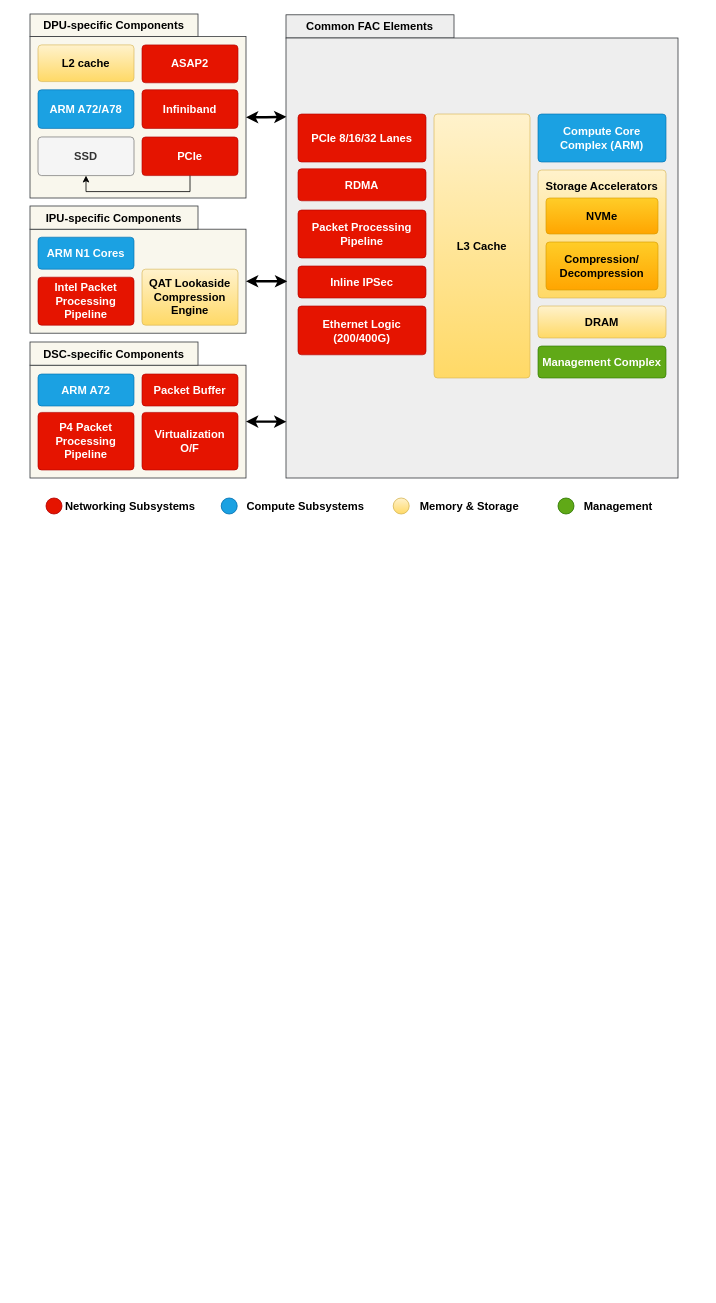
purduecyan/media keeps this draw.io diagram as FAC_Architectures.drawio. Above is the earlier version. Source tidied: cells renumbered, new cells numbered last; positions are measured from the earlier drawing's top-left corner, leaving out a move shared by most shapes. Both pictures are drawn from the tidied source at 80%, with x=0, y=0 at pixel (14, 14).
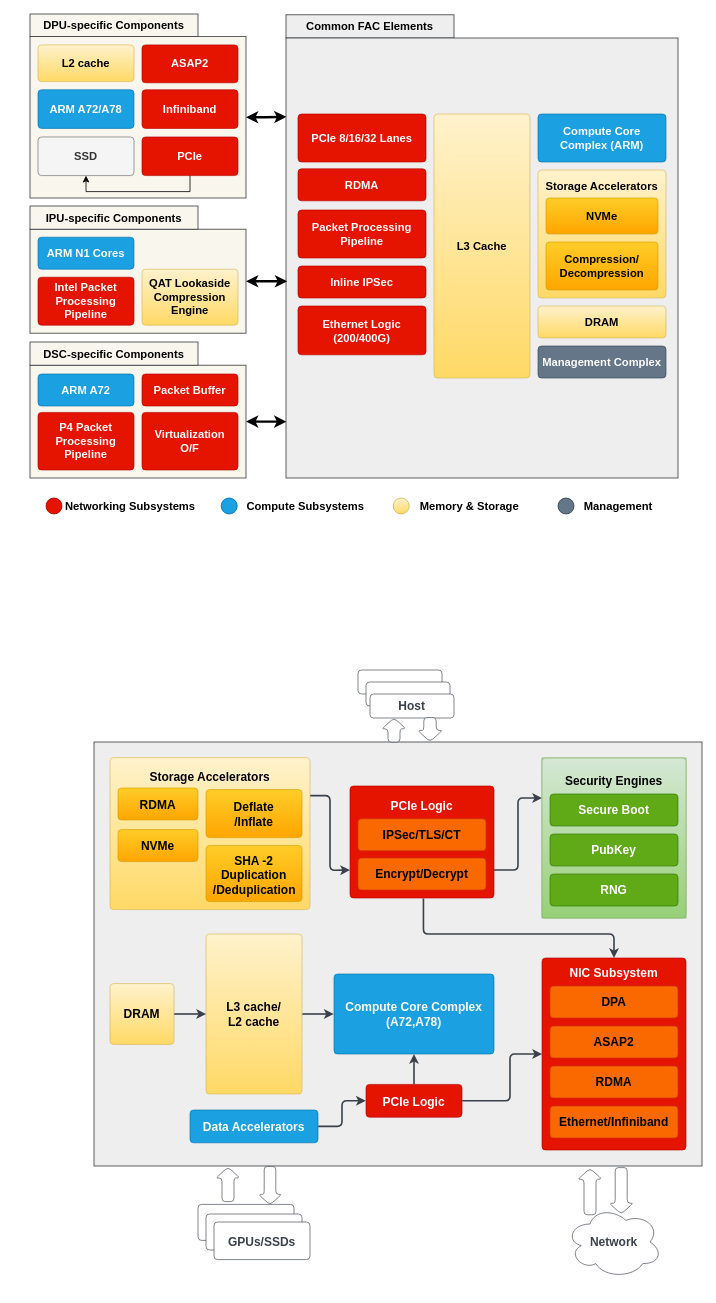
The same page after the edit.

Unchanged cells that the change refers to:
```xml
<mxCell id="30" style="group;" parent="29" vertex="1">
  <mxGeometry width="490" height="580" as="geometry" />
</mxCell>
<mxCell id="49" style="group;" parent="1" vertex="1">
  <mxGeometry x="680" y="600" width="130" height="30" as="geometry" />
</mxCell>
```

What changed in the source:
```diff
@@
+    <mxCell id="61" style="rounded=0;whiteSpace=wrap;html=1;fillColor=#eeeeee;strokeColor=#36393d;" parent="1" vertex="1">
+      <mxGeometry x="100" y="910" width="760" height="530" as="geometry" />
+    </mxCell>
@@
-    <mxCell id="45" value="Management Complex" style="html=1;overflow=block;blockSpacing=1;whiteSpace=wrap;fontSize=14;fontColor=#ffffff;spacing=3.8;strokeColor=#2D7600;strokeOpacity=100;fillOpacity=100;rounded=1;absoluteArcSize=1;arcSize=9;fillColor=#60a917;strokeWidth=0.8;lucidId=Fb7Kvabg3F.T;fontStyle=1;" parent="30" vertex="1">
+    <mxCell id="45" value="Management Complex" style="html=1;overflow=block;blockSpacing=1;whiteSpace=wrap;fontSize=14;fontColor=#ffffff;spacing=3.8;strokeColor=#314354;strokeOpacity=100;fillOpacity=100;rounded=1;absoluteArcSize=1;arcSize=9;fillColor=#647687;strokeWidth=0.8;lucidId=Fb7Kvabg3F.T;fontStyle=1;" parent="30" vertex="1">
       <mxGeometry x="315" y="415" width="160" height="40" as="geometry" />
     </mxCell>
@@
-    <mxCell id="50" style="ellipse;whiteSpace=wrap;html=1;fillColor=#60a917;strokeColor=#2D7600;fontColor=#ffffff;" parent="49" vertex="1">
+    <mxCell id="50" style="ellipse;whiteSpace=wrap;html=1;fillColor=#647687;strokeColor=#314354;fontColor=#ffffff;" parent="49" vertex="1">
       <mxGeometry y="5" width="20" height="20" as="geometry" />
     </mxCell>
@@
+    <mxCell id="62" style="html=1;overflow=block;blockSpacing=1;whiteSpace=wrap;fontSize=13;spacing=3.8;strokeColor=#3a414a;strokeOpacity=100;rounded=1;absoluteArcSize=1;arcSize=9;strokeWidth=0.8;lucidId=P-_KsS2N54pI;" parent="1" vertex="1">
+      <mxGeometry x="430" y="820" width="105" height="30" as="geometry" />
+    </mxCell>
+    <mxCell id="63" style="html=1;overflow=block;blockSpacing=1;whiteSpace=wrap;fontSize=13;spacing=3.8;strokeColor=#3a414a;strokeOpacity=100;rounded=1;absoluteArcSize=1;arcSize=9;strokeWidth=0.8;lucidId=P-_KrWLaEixj;" parent="1" vertex="1">
+      <mxGeometry x="440" y="835" width="105" height="30" as="geometry" />
+    </mxCell>
+    <mxCell id="64" value="Host" style="html=1;overflow=block;blockSpacing=1;whiteSpace=wrap;fontSize=15;fontColor=#3a414a;spacing=3.8;strokeColor=#3a414a;strokeOpacity=100;rounded=1;absoluteArcSize=1;arcSize=9;strokeWidth=0.8;lucidId=P-_KfFqmB5sf;fontStyle=1;" parent="1" vertex="1">
+      <mxGeometry x="445" y="850" width="105" height="30" as="geometry" />
+    </mxCell>
+    <mxCell id="65" value="PCIe Logic" style="html=1;overflow=block;blockSpacing=1;whiteSpace=wrap;fontSize=15;fontColor=#ffffff;spacing=3.8;strokeColor=#B20000;strokeOpacity=100;fillOpacity=100;rounded=1;absoluteArcSize=1;arcSize=9;fillColor=#e51400;strokeWidth=0.8;lucidId=P-_KMkgZAcw0;fontStyle=1;" parent="1" vertex="1">
+      <mxGeometry x="440" y="1338" width="120" height="41" as="geometry" />
+    </mxCell>
+    <mxCell id="66" value="Data Accelerators" style="html=1;overflow=block;blockSpacing=1;whiteSpace=wrap;fontSize=15;fontColor=#ffffff;spacing=3.8;strokeColor=#006EAF;strokeOpacity=100;fillOpacity=100;rounded=1;absoluteArcSize=1;arcSize=9;fillColor=#1ba1e2;strokeWidth=0.8;lucidId=P-_K0v7m6V0d;fontStyle=1;" parent="1" vertex="1">
+      <mxGeometry x="220" y="1370" width="160" height="41" as="geometry" />
+    </mxCell>
+    <mxCell id="67" value="Compute Core Complex (A72,A78)" style="html=1;overflow=block;blockSpacing=1;whiteSpace=wrap;fontSize=15;fontColor=#ffffff;spacing=3.8;strokeColor=#006EAF;strokeOpacity=100;fillOpacity=100;rounded=1;absoluteArcSize=1;arcSize=9;fillColor=#1ba1e2;strokeWidth=0.8;lucidId=P-_Ks_vSzv8~;fontStyle=1;" parent="1" vertex="1">
+      <mxGeometry x="400" y="1200" width="200" height="100" as="geometry" />
+    </mxCell>
+    <mxCell id="68" value="&lt;div&gt;L3 cache/&lt;/div&gt;&lt;div&gt;L2 cache&lt;/div&gt;" style="html=1;overflow=block;blockSpacing=1;whiteSpace=wrap;fontSize=15;spacing=3.8;strokeColor=#d6b656;strokeOpacity=100;fillOpacity=100;rounded=1;absoluteArcSize=1;arcSize=9;fillColor=#fff2cc;strokeWidth=0.8;lucidId=P-_KSZisIy0j;gradientColor=#ffd966;fontStyle=1;" parent="1" vertex="1">
+      <mxGeometry x="240" y="1150" width="120" height="200" as="geometry" />
+    </mxCell>
+    <mxCell id="69" value="DRAM" style="html=1;overflow=block;blockSpacing=1;whiteSpace=wrap;fontSize=15;spacing=9;strokeColor=#d6b656;strokeOpacity=100;fillOpacity=100;rounded=1;absoluteArcSize=1;arcSize=9;fillColor=#fff2cc;strokeWidth=0.8;lucidId=P-_K7prAyLl5;gradientColor=#ffd966;fontStyle=1;" parent="1" vertex="1">
+      <mxGeometry x="120" y="1212" width="80" height="76" as="geometry" />
+    </mxCell>
+    <mxCell id="70" style="html=1;overflow=block;blockSpacing=1;whiteSpace=wrap;fontSize=13;spacing=3.8;strokeColor=#3a414a;strokeOpacity=100;rounded=1;absoluteArcSize=1;arcSize=9;strokeWidth=0.8;lucidId=P-_KmJHQ12O0;" parent="1" vertex="1">
+      <mxGeometry x="230" y="1488" width="120" height="45" as="geometry" />
+    </mxCell>
+    <mxCell id="71" style="html=1;overflow=block;blockSpacing=1;whiteSpace=wrap;fontSize=13;spacing=3.8;strokeColor=#3a414a;strokeOpacity=100;rounded=1;absoluteArcSize=1;arcSize=9;strokeWidth=0.8;lucidId=P-_KVYm.6OXs;" parent="1" vertex="1">
+      <mxGeometry x="240" y="1500" width="120" height="45" as="geometry" />
+    </mxCell>
+    <mxCell id="72" value="GPUs/SSDs" style="html=1;overflow=block;blockSpacing=1;whiteSpace=wrap;fontSize=15;fontColor=#3a414a;spacing=3.8;strokeColor=#3a414a;strokeOpacity=100;rounded=1;absoluteArcSize=1;arcSize=9;strokeWidth=0.8;lucidId=P-_KogOs~wwd;fontStyle=1;" parent="1" vertex="1">
+      <mxGeometry x="250" y="1510" width="120" height="47" as="geometry" />
+    </mxCell>
+    <mxCell id="73" style="shape=singleArrow;arrowWidth=0.5;arrowSize=0.45;whiteSpace=wrap;fontSize=13;spacing=3.8;strokeColor=#3a414a;strokeOpacity=100;rounded=1;absoluteArcSize=1;arcSize=9;rotation=270;strokeWidth=0.8;html=1;" parent="1" vertex="1">
+      <mxGeometry x="460" y="880" width="30" height="30" as="geometry" />
+    </mxCell>
+    <mxCell id="74" style="shape=singleArrow;arrowWidth=0.5;arrowSize=0.465;whiteSpace=wrap;fontSize=13;spacing=3.8;strokeColor=#3a414a;strokeOpacity=100;rounded=1;absoluteArcSize=1;arcSize=9;rotation=90;strokeWidth=0.8;html=1;" parent="1" vertex="1">
+      <mxGeometry x="505" y="879" width="30" height="31" as="geometry" />
+    </mxCell>
+    <mxCell id="75" style="shape=singleArrow;arrowWidth=0.5;arrowSize=0.313953488372093;whiteSpace=wrap;fontSize=13;spacing=3.8;strokeColor=#3a414a;strokeOpacity=100;rounded=1;absoluteArcSize=1;arcSize=9;rotation=270;strokeWidth=0.8;html=1;" parent="1" vertex="1">
+      <mxGeometry x="246" y="1448" width="43" height="30" as="geometry" />
+    </mxCell>
+    <mxCell id="76" style="shape=singleArrow;arrowWidth=0.5;arrowSize=0.27187500000000003;whiteSpace=wrap;fontSize=13;spacing=3.8;strokeColor=#3a414a;strokeOpacity=100;rounded=1;absoluteArcSize=1;arcSize=9;rotation=90;strokeWidth=0.8;html=1;" parent="1" vertex="1">
+      <mxGeometry x="296" y="1450" width="48" height="29" as="geometry" />
+    </mxCell>
+    <mxCell id="77" style="html=1;jettySize=18;whiteSpace=wrap;fontSize=13;strokeColor=#3a414a;strokeOpacity=100;strokeWidth=2;rounded=1;arcSize=12;edgeStyle=orthogonalEdgeStyle;endArrow=classic;endFill=1;exitX=1;exitY=0.75;entryX=0;entryY=0.25;lucidId=P-_KqZb-f4JJ;exitDx=0;exitDy=0;entryDx=0;entryDy=0;" parent="1" edge="1" source="92" target="96">
+      <mxGeometry relative="1" as="geometry" />
+    </mxCell>
+    <mxCell id="78" style="html=1;jettySize=18;whiteSpace=wrap;fontSize=13;strokeColor=#3a414a;strokeOpacity=100;strokeWidth=2;rounded=1;arcSize=12;edgeStyle=orthogonalEdgeStyle;endArrow=classic;endFill=1;exitX=1.002;exitY=0.5;exitPerimeter=0;entryX=0;entryY=0.5;lucidId=P-_KvM_XY57E;entryDx=0;entryDy=0;" parent="1" edge="1" source="65" target="101">
+      <mxGeometry relative="1" as="geometry">
+        <Array as="points">
+          <mxPoint x="620" y="1359" />
+          <mxPoint x="620" y="1300" />
+        </Array>
+      </mxGeometry>
+    </mxCell>
+    <mxCell id="79" style="html=1;jettySize=18;whiteSpace=wrap;fontSize=13;strokeColor=#3a414a;strokeOpacity=100;strokeWidth=2;rounded=1;arcSize=12;edgeStyle=orthogonalEdgeStyle;endArrow=classic;endFill=1;exitX=0.51;exitY=1.004;exitPerimeter=0;entryX=0.5;entryY=0;lucidId=P-_KWxoQoJfi;entryDx=0;entryDy=0;" parent="1" edge="1" source="92" target="101">
+      <mxGeometry relative="1" as="geometry">
+        <Array as="points">
+          <mxPoint x="512" y="1150" />
+          <mxPoint x="750" y="1150" />
+        </Array>
+      </mxGeometry>
+    </mxCell>
+    <mxCell id="80" style="html=1;jettySize=18;whiteSpace=wrap;fontSize=13;strokeColor=#3a414a;strokeOpacity=100;strokeWidth=2;rounded=1;arcSize=12;edgeStyle=orthogonalEdgeStyle;endArrow=classic;endFill=1;exitX=0.5;exitY=-0.004;exitPerimeter=0;entryX=0.5;entryY=1;lucidId=P-_K0ZbQE9Oj;entryDx=0;entryDy=0;" parent="1" edge="1" source="65" target="67">
+      <mxGeometry relative="1" as="geometry" />
+    </mxCell>
+    <mxCell id="81" style="html=1;jettySize=18;whiteSpace=wrap;fontSize=13;strokeColor=#3a414a;strokeOpacity=100;strokeWidth=2;rounded=1;arcSize=12;edgeStyle=orthogonalEdgeStyle;endArrow=classic;endFill=1;exitX=1.002;exitY=0.5;exitPerimeter=0;entryX=-0.002;entryY=0.5;entryPerimeter=0;lucidId=P-_KHD-mMk0G;" parent="1" edge="1" source="66" target="65">
+      <mxGeometry relative="1" as="geometry" />
+    </mxCell>
+    <mxCell id="82" style="html=1;jettySize=18;whiteSpace=wrap;fontSize=13;strokeColor=#3a414a;strokeOpacity=100;strokeWidth=2;rounded=1;arcSize=12;edgeStyle=orthogonalEdgeStyle;endArrow=classic;endFill=1;exitX=1.003;exitY=0.5;exitPerimeter=0;entryX=-0.002;entryY=0.5;entryPerimeter=0;lucidId=P-_K.bemllkB;" parent="1" edge="1" source="68" target="67">
+      <mxGeometry relative="1" as="geometry" />
+    </mxCell>
+    <mxCell id="83" style="html=1;jettySize=18;whiteSpace=wrap;fontSize=13;strokeColor=#3a414a;strokeOpacity=100;strokeWidth=2;rounded=1;arcSize=12;edgeStyle=orthogonalEdgeStyle;endArrow=classic;endFill=1;exitX=1.004;exitY=0.5;exitPerimeter=0;entryX=0;entryY=0.5;lucidId=P-_KNF05nQIn;entryDx=0;entryDy=0;" parent="1" edge="1" source="69" target="68">
+      <mxGeometry relative="1" as="geometry" />
+    </mxCell>
+    <mxCell id="84" style="html=1;jettySize=18;whiteSpace=wrap;fontSize=13;strokeColor=#3a414a;strokeOpacity=100;strokeWidth=2;rounded=1;arcSize=12;edgeStyle=orthogonalEdgeStyle;endArrow=classic;endFill=1;lucidId=P-_KRx_qN3hG;exitX=1;exitY=0.25;exitDx=0;exitDy=0;" parent="1" edge="1" source="86">
+      <mxGeometry relative="1" as="geometry">
+        <mxPoint x="420" y="1070" as="targetPoint" />
+      </mxGeometry>
+    </mxCell>
+    <mxCell id="85" style="group;" parent="1" vertex="1">
+      <mxGeometry x="120" y="929.5" width="250" height="190" as="geometry" />
+    </mxCell>
+    <mxCell id="86" value="&lt;div&gt;Storage Accelerators&lt;/div&gt;&lt;div&gt;&lt;br&gt;&lt;/div&gt;&lt;div&gt;&lt;br&gt;&lt;/div&gt;&lt;div&gt;&lt;br&gt;&lt;/div&gt;&lt;div&gt;&lt;br&gt;&lt;/div&gt;&lt;br&gt;&lt;br&gt;&lt;div&gt;&lt;br&gt;&lt;/div&gt;&lt;div&gt;&lt;br&gt;&lt;/div&gt;" style="html=1;overflow=block;blockSpacing=1;whiteSpace=wrap;fontSize=15;spacing=9;strokeColor=#d6b656;strokeOpacity=100;fillOpacity=100;rounded=1;absoluteArcSize=1;arcSize=9;fillColor=#fff2cc;strokeWidth=0.8;lucidId=P-_K.9p9uBuQ;gradientColor=#ffd966;fontStyle=1;" parent="85" vertex="1">
+      <mxGeometry width="250" height="190" as="geometry" />
+    </mxCell>
+    <mxCell id="87" value="RDMA" style="html=1;overflow=block;blockSpacing=1;whiteSpace=wrap;fontSize=15;spacing=9;strokeColor=#d79b00;strokeOpacity=100;fillOpacity=100;rounded=1;absoluteArcSize=1;arcSize=9;fillColor=#ffcd28;strokeWidth=0.8;lucidId=P-_Kr0HeAXjK;gradientColor=#ffa500;fontStyle=1;" parent="85" vertex="1">
+      <mxGeometry x="10" y="38" width="100" height="40" as="geometry" />
+    </mxCell>
+    <mxCell id="88" value="NVMe" style="html=1;overflow=block;blockSpacing=1;whiteSpace=wrap;fontSize=15;spacing=9;strokeColor=#d79b00;strokeOpacity=100;fillOpacity=100;rounded=1;absoluteArcSize=1;arcSize=9;fillColor=#ffcd28;strokeWidth=0.8;lucidId=P-_KslPNnxD-;gradientColor=#ffa500;fontStyle=1;" parent="85" vertex="1">
+      <mxGeometry x="10" y="90" width="100" height="40" as="geometry" />
+    </mxCell>
+    <mxCell id="89" value="SHA -2&lt;br&gt;&lt;div&gt;Duplication&lt;/div&gt;&lt;div&gt;/Deduplication&lt;/div&gt;" style="html=1;overflow=block;blockSpacing=1;whiteSpace=wrap;fontSize=15;spacing=9;strokeColor=#d79b00;strokeOpacity=100;fillOpacity=100;rounded=1;absoluteArcSize=1;arcSize=9;fillColor=#ffcd28;strokeWidth=0.8;lucidId=P-_KznafM-Z-;gradientColor=#ffa500;fontStyle=1;" parent="85" vertex="1">
+      <mxGeometry x="120" y="110" width="120" height="70" as="geometry" />
+    </mxCell>
+    <mxCell id="90" value="Deflate&#10;/Inflate" style="html=1;overflow=block;blockSpacing=1;whiteSpace=wrap;fontSize=15;spacing=9;strokeColor=#d79b00;strokeOpacity=100;fillOpacity=100;rounded=1;absoluteArcSize=1;arcSize=9;fillColor=#ffcd28;strokeWidth=0.8;lucidId=P-_KPhSR9S6A;gradientColor=#ffa500;fontStyle=1;" parent="85" vertex="1">
+      <mxGeometry x="120" y="40" width="120" height="60" as="geometry" />
+    </mxCell>
+    <mxCell id="91" style="group;" parent="1" vertex="1">
+      <mxGeometry x="420" y="965" width="180" height="140" as="geometry" />
+    </mxCell>
+    <mxCell id="92" value="PCIe Logic&lt;br&gt;&lt;div&gt;&lt;br&gt;&lt;/div&gt;&lt;div&gt;&lt;br&gt;&lt;/div&gt;&lt;div&gt;&lt;br&gt;&lt;/div&gt;&lt;div&gt;&lt;br&gt;&lt;/div&gt;&lt;div&gt;&lt;br&gt;&lt;/div&gt;" style="html=1;overflow=block;blockSpacing=1;whiteSpace=wrap;fontSize=15;fontColor=#ffffff;spacing=3.8;strokeColor=#B20000;strokeOpacity=100;fillOpacity=100;rounded=1;absoluteArcSize=1;arcSize=9;fillColor=#e51400;strokeWidth=0.8;lucidId=P-_K6irP0Yiy;fontStyle=1;" parent="91" vertex="1">
+      <mxGeometry width="180" height="140" as="geometry" />
+    </mxCell>
+    <mxCell id="93" value="IPSec/TLS/CT" style="html=1;overflow=block;blockSpacing=1;whiteSpace=wrap;fontSize=15;fontColor=#000000;spacing=9;strokeColor=#C73500;strokeOpacity=100;fillOpacity=100;rounded=1;absoluteArcSize=1;arcSize=9;fillColor=#fa6800;strokeWidth=0.8;lucidId=P-_KI_nfc.76;fontStyle=1;" parent="91" vertex="1">
+      <mxGeometry x="10" y="41" width="160" height="40" as="geometry" />
+    </mxCell>
+    <mxCell id="94" value="Encrypt/Decrypt" style="html=1;overflow=block;blockSpacing=1;whiteSpace=wrap;fontSize=15;fontColor=#000000;spacing=9;strokeColor=#C73500;strokeOpacity=100;fillOpacity=100;rounded=1;absoluteArcSize=1;arcSize=9;fillColor=#fa6800;strokeWidth=0.8;lucidId=P-_K3PPpyuQZ;fontStyle=1;" parent="91" vertex="1">
+      <mxGeometry x="10" y="90" width="160" height="40" as="geometry" />
+    </mxCell>
+    <mxCell id="95" style="group;fillColor=#d5e8d4;gradientColor=#97d077;strokeColor=#82b366;" parent="1" vertex="1">
+      <mxGeometry x="660" y="930" width="180" height="200" as="geometry" />
+    </mxCell>
+    <mxCell id="96" value="Security Engines&lt;br&gt;&lt;br&gt;&lt;br&gt;&lt;br&gt;&lt;div&gt;&lt;br&gt;&lt;/div&gt;&lt;div&gt;&lt;br&gt;&lt;/div&gt;&lt;div&gt;&lt;br&gt;&lt;/div&gt;&lt;div&gt;&lt;br&gt;&lt;/div&gt;&lt;div&gt;&lt;br&gt;&lt;/div&gt;" style="html=1;overflow=block;blockSpacing=1;whiteSpace=wrap;fontSize=15;spacing=9;strokeColor=#82b366;strokeOpacity=100;fillOpacity=100;rounded=1;absoluteArcSize=1;arcSize=9;fillColor=#d5e8d4;strokeWidth=0.8;lucidId=P-_K65Qd_BXX;fontStyle=1;gradientColor=#97d077;" parent="95" vertex="1">
+      <mxGeometry width="180" height="200" as="geometry" />
+    </mxCell>
+    <mxCell id="97" value="Secure Boot" style="html=1;overflow=block;blockSpacing=1;whiteSpace=wrap;fontSize=15;fontColor=#ffffff;spacing=9;strokeColor=#2D7600;strokeOpacity=100;fillOpacity=100;rounded=1;absoluteArcSize=1;arcSize=9;fillColor=#60a917;strokeWidth=0.8;lucidId=P-_KIevdsgWd;fontStyle=1;" parent="95" vertex="1">
+      <mxGeometry x="10" y="45" width="160" height="40" as="geometry" />
+    </mxCell>
+    <mxCell id="98" value="PubKey" style="html=1;overflow=block;blockSpacing=1;whiteSpace=wrap;fontSize=15;fontColor=#ffffff;spacing=3.8;strokeColor=#2D7600;strokeOpacity=100;fillOpacity=100;rounded=1;absoluteArcSize=1;arcSize=9;fillColor=#60a917;strokeWidth=0.8;lucidId=P-_KsBMsS6de;fontStyle=1;" parent="95" vertex="1">
+      <mxGeometry x="10" y="95" width="160" height="40" as="geometry" />
+    </mxCell>
+    <mxCell id="99" value="RNG" style="html=1;overflow=block;blockSpacing=1;whiteSpace=wrap;fontSize=15;fontColor=#ffffff;spacing=3.8;strokeColor=#2D7600;strokeOpacity=100;fillOpacity=100;rounded=1;absoluteArcSize=1;arcSize=9;fillColor=#60a917;strokeWidth=0.8;lucidId=P-_KJSOqcUvi;fontStyle=1;" parent="95" vertex="1">
+      <mxGeometry x="10" y="145" width="160" height="40" as="geometry" />
+    </mxCell>
+    <mxCell id="100" style="group;" parent="1" vertex="1">
+      <mxGeometry x="660" y="1180" width="180" height="414" as="geometry" />
+    </mxCell>
+    <mxCell id="101" value="NIC Subsystem&#10;&#10;&#10;&#10;&#10;&#10;&#10;&#10;&#10;&#10;&#10;&#10;&#10;&#10;&#10;" style="html=1;overflow=block;blockSpacing=1;whiteSpace=wrap;fontSize=15;fontColor=#ffffff;spacing=9;strokeColor=#B20000;strokeOpacity=100;fillOpacity=100;rounded=1;absoluteArcSize=1;arcSize=9;fillColor=#e51400;strokeWidth=0.8;lucidId=P-_KEKSLkV-Q;fontStyle=1;" parent="100" vertex="1">
+      <mxGeometry width="180" height="240" as="geometry" />
+    </mxCell>
+    <mxCell id="102" value="DPA" style="html=1;overflow=block;blockSpacing=1;whiteSpace=wrap;fontSize=15;fontColor=#000000;spacing=9;strokeColor=#C73500;strokeOpacity=100;fillOpacity=100;rounded=1;absoluteArcSize=1;arcSize=9;fillColor=#fa6800;strokeWidth=0.8;lucidId=P-_KVWtokDGs;fontStyle=1;" parent="100" vertex="1">
+      <mxGeometry x="10" y="35" width="160" height="40" as="geometry" />
+    </mxCell>
+    <mxCell id="103" value="RDMA" style="html=1;overflow=block;blockSpacing=1;whiteSpace=wrap;fontSize=15;fontColor=#000000;spacing=9;strokeColor=#C73500;strokeOpacity=100;fillOpacity=100;rounded=1;absoluteArcSize=1;arcSize=9;fillColor=#fa6800;strokeWidth=0.8;lucidId=P-_Ka21DbKCm;fontStyle=1;" parent="100" vertex="1">
+      <mxGeometry x="10" y="135" width="160" height="40" as="geometry" />
+    </mxCell>
+    <mxCell id="104" value="ASAP2" style="html=1;overflow=block;blockSpacing=1;whiteSpace=wrap;fontSize=15;fontColor=#000000;spacing=9;strokeColor=#C73500;strokeOpacity=100;fillOpacity=100;rounded=1;absoluteArcSize=1;arcSize=9;fillColor=#fa6800;strokeWidth=0.8;lucidId=P-_KM58bmX5o;fontStyle=1;" parent="100" vertex="1">
+      <mxGeometry x="10" y="85" width="160" height="40" as="geometry" />
+    </mxCell>
+    <mxCell id="105" value="Ethernet/Infiniband" style="html=1;overflow=block;blockSpacing=1;whiteSpace=wrap;fontSize=15;fontColor=#000000;spacing=9;strokeColor=#C73500;strokeOpacity=100;fillOpacity=100;rounded=1;absoluteArcSize=1;arcSize=9;fillColor=#fa6800;strokeWidth=0.8;lucidId=P-_KxNNbC03l;fontStyle=1;" parent="100" vertex="1">
+      <mxGeometry x="10" y="185" width="160" height="40" as="geometry" />
+    </mxCell>
+    <mxCell id="106" value="Network" style="html=1;overflow=block;blockSpacing=1;whiteSpace=wrap;ellipse;shape=cloud;fontSize=15;fontColor=#3a414a;spacing=3.8;strokeColor=#3a414a;strokeOpacity=100;rounded=1;absoluteArcSize=1;arcSize=9;strokeWidth=0.8;lucidId=P-_KW_uM1pLi;fontStyle=1;" parent="100" vertex="1">
+      <mxGeometry x="30" y="310" width="120" height="90" as="geometry" />
+    </mxCell>
+    <mxCell id="107" style="shape=singleArrow;arrowWidth=0.5;arrowSize=0.23275862068965517;whiteSpace=wrap;fontSize=13;spacing=3.8;strokeColor=#3a414a;strokeOpacity=100;rounded=1;absoluteArcSize=1;arcSize=9;rotation=270;strokeWidth=0.8;html=1;" parent="100" vertex="1">
+      <mxGeometry x="31" y="277" width="58" height="30" as="geometry" />
+    </mxCell>
+    <mxCell id="108" style="shape=singleArrow;arrowWidth=0.5;arrowSize=0.23275862068965517;whiteSpace=wrap;fontSize=13;spacing=3.8;strokeColor=#3a414a;strokeOpacity=100;rounded=1;absoluteArcSize=1;arcSize=9;rotation=90;strokeWidth=0.8;html=1;" parent="100" vertex="1">
+      <mxGeometry x="70" y="276" width="58" height="30" as="geometry" />
+    </mxCell>
```
